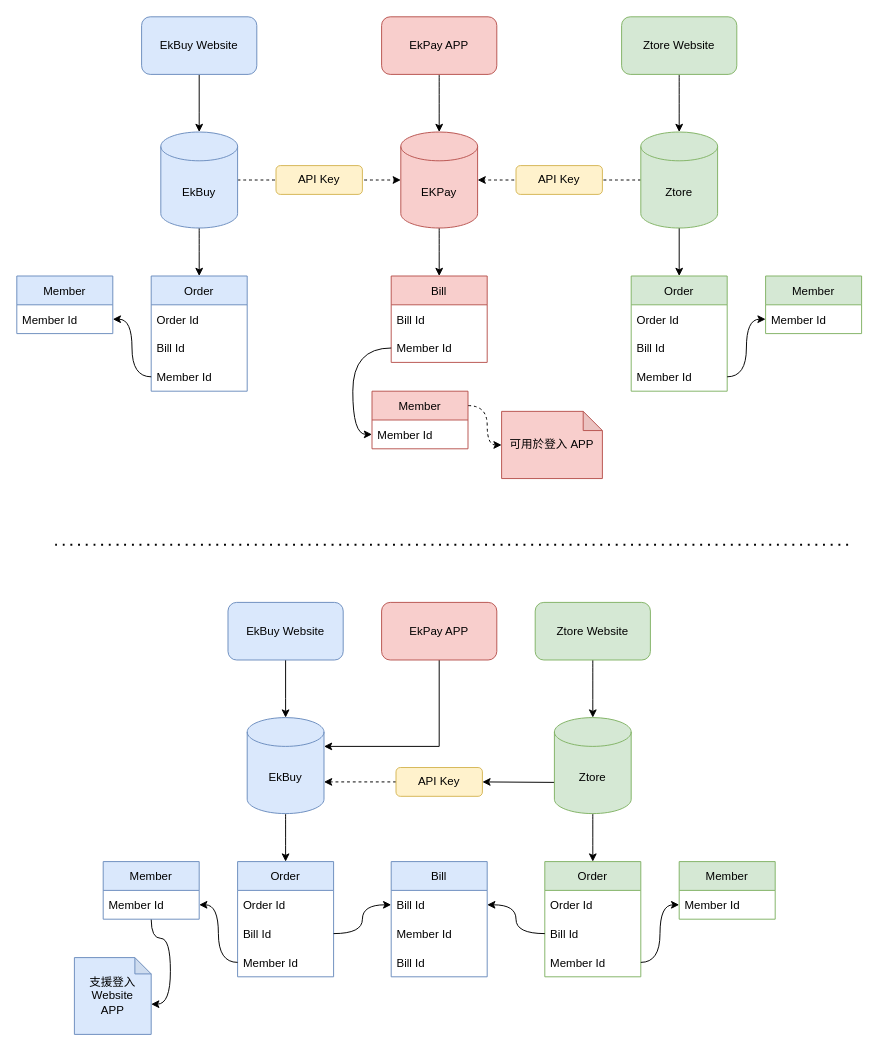
Earlier version of the draw.io diagram EkPay_Flow.drawio (robbywu-linkage/robbywu-linkage). Source tidied: cells renumbered, new cells numbered last; positions are measured from the earlier drawing's top-left corner, leaving out a move shared by most shapes. Both pictures are drawn from the tidied source at 96%, with x=0, y=0 at pixel (16, 16).
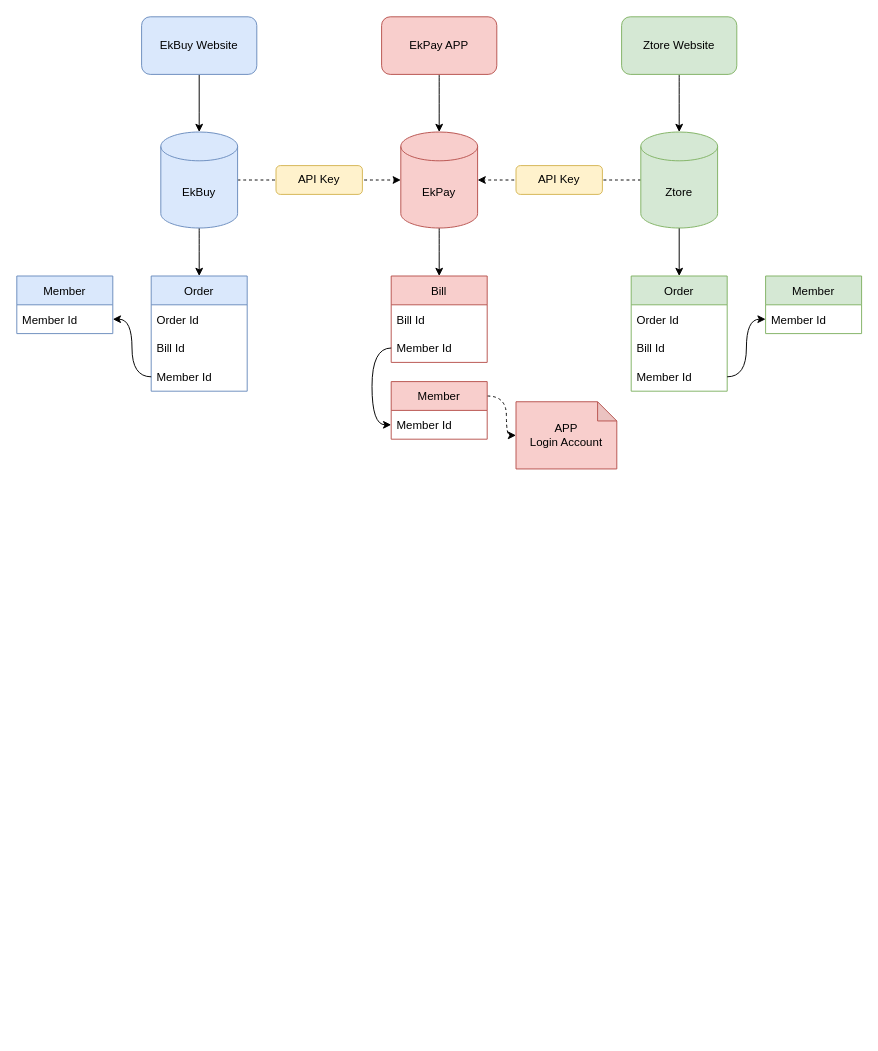
The same page after the edit.

The edit, as a diff of the source:
```diff
@@
-    <mxCell id="3" value="EKPay" style="shape=cylinder3;whiteSpace=wrap;html=1;boundedLbl=1;backgroundOutline=1;size=15;fillColor=#f8cecc;strokeColor=#b85450;" parent="1" vertex="1">
+    <mxCell id="3" value="EkPay" style="shape=cylinder3;whiteSpace=wrap;html=1;boundedLbl=1;backgroundOutline=1;size=15;fillColor=#f8cecc;strokeColor=#b85450;" parent="1" vertex="1">
       <mxGeometry x="400" y="120" width="80" height="100" as="geometry" />
     </mxCell>
@@
-    <mxCell id="33" style="edgeStyle=orthogonalEdgeStyle;curved=1;rounded=0;sketch=0;jettySize=auto;html=1;startArrow=none;startFill=0;entryX=0.5;entryY=0;entryDx=0;entryDy=0;" parent="1" edge="1" source="34" target="39">
-      <mxGeometry relative="1" as="geometry" />
-    </mxCell>
-    <mxCell id="34" value="EkBuy" style="shape=cylinder3;whiteSpace=wrap;html=1;boundedLbl=1;backgroundOutline=1;size=15;fillColor=#dae8fc;strokeColor=#6c8ebf;" parent="1" vertex="1">
-      <mxGeometry x="240" y="730" width="80" height="100" as="geometry" />
-    </mxCell>
-    <mxCell id="35" style="edgeStyle=orthogonalEdgeStyle;rounded=0;jettySize=auto;html=1;entryX=0.5;entryY=0;entryDx=0;entryDy=0;entryPerimeter=0;" parent="1" edge="1" source="36" target="34">
-      <mxGeometry relative="1" as="geometry">
-        <Array as="points">
-          <mxPoint x="280" y="710" />
-          <mxPoint x="280" y="710" />
-        </Array>
-      </mxGeometry>
-    </mxCell>
-    <mxCell id="36" value="EkBuy Website" style="rounded=1;whiteSpace=wrap;html=1;fillColor=#dae8fc;strokeColor=#6c8ebf;" parent="1" vertex="1">
-      <mxGeometry x="220" y="610" width="120" height="60" as="geometry" />
-    </mxCell>
-    <mxCell id="37" style="edgeStyle=orthogonalEdgeStyle;curved=1;rounded=0;sketch=0;jettySize=auto;html=1;startArrow=none;startFill=0;" parent="1" edge="1" source="38" target="53">
-      <mxGeometry relative="1" as="geometry" />
-    </mxCell>
-    <mxCell id="38" value="Ztore Website" style="rounded=1;whiteSpace=wrap;html=1;fillColor=#d5e8d4;strokeColor=#82b366;" parent="1" vertex="1">
-      <mxGeometry x="540" y="610" width="120" height="60" as="geometry" />
-    </mxCell>
-    <mxCell id="39" value="Order" style="swimlane;fontStyle=0;horizontal=1;startSize=30;fillColor=#dae8fc;strokeColor=#6c8ebf;" parent="1" vertex="1">
-      <mxGeometry x="230" y="880" width="100" height="120" as="geometry" />
-    </mxCell>
-    <mxCell id="40" value="Order Id" style="text;strokeColor=none;fillColor=none;align=left;verticalAlign=middle;spacingLeft=4;spacingRight=4;overflow=hidden;" parent="39" vertex="1">
-      <mxGeometry y="30" width="100" height="30" as="geometry" />
-    </mxCell>
-    <mxCell id="41" value="Bill Id" style="text;strokeColor=none;fillColor=none;align=left;verticalAlign=middle;spacingLeft=4;spacingRight=4;overflow=hidden;points=[[0,0.5],[1,0.5]];portConstraint=eastwest;" parent="39" vertex="1">
-      <mxGeometry y="60" width="100" height="30" as="geometry" />
-    </mxCell>
-    <mxCell id="42" value="Member Id" style="text;strokeColor=none;fillColor=none;align=left;verticalAlign=middle;spacingLeft=4;spacingRight=4;overflow=hidden;points=[[0,0.5],[1,0.5]];portConstraint=eastwest;" parent="39" vertex="1">
-      <mxGeometry y="90" width="100" height="30" as="geometry" />
-    </mxCell>
-    <mxCell id="43" style="edgeStyle=orthogonalEdgeStyle;curved=1;rounded=0;sketch=0;jettySize=auto;html=1;entryX=0;entryY=0;entryDx=80;entryDy=48.5;entryPerimeter=0;startArrow=none;startFill=0;endArrow=classic;endFill=1;" parent="1" edge="1" source="44" target="75">
-      <mxGeometry relative="1" as="geometry" />
-    </mxCell>
-    <mxCell id="44" value="Member" style="swimlane;fontStyle=0;horizontal=1;startSize=30;fillColor=#dae8fc;strokeColor=#6c8ebf;" parent="1" vertex="1">
-      <mxGeometry x="90" y="880" width="100" height="60" as="geometry" />
-    </mxCell>
-    <mxCell id="45" value="Member Id" style="text;strokeColor=none;fillColor=none;align=left;verticalAlign=middle;spacingLeft=4;spacingRight=4;overflow=hidden;" parent="44" vertex="1">
-      <mxGeometry y="30" width="100" height="30" as="geometry" />
-    </mxCell>
-    <mxCell id="46" style="edgeStyle=orthogonalEdgeStyle;curved=1;rounded=0;sketch=0;jettySize=auto;html=1;entryX=1;entryY=0.75;entryDx=0;entryDy=0;startArrow=none;startFill=0;" parent="1" edge="1" source="42" target="44">
-      <mxGeometry relative="1" as="geometry" />
-    </mxCell>
-    <mxCell id="47" value="Bill" style="swimlane;fontStyle=0;horizontal=1;startSize=30;fillColor=#dae8fc;strokeColor=#6c8ebf;" parent="1" vertex="1">
-      <mxGeometry x="390" y="880" width="100" height="120" as="geometry" />
-    </mxCell>
-    <mxCell id="48" value="Bill Id" style="text;strokeColor=none;fillColor=none;align=left;verticalAlign=middle;spacingLeft=4;spacingRight=4;overflow=hidden;points=[[0,0.5],[1,0.5]];portConstraint=eastwest;" parent="47" vertex="1">
-      <mxGeometry y="30" width="100" height="30" as="geometry" />
-    </mxCell>
-    <mxCell id="49" value="Member Id" style="text;strokeColor=none;fillColor=none;align=left;verticalAlign=middle;spacingLeft=4;spacingRight=4;overflow=hidden;" parent="47" vertex="1">
-      <mxGeometry y="60" width="100" height="30" as="geometry" />
-    </mxCell>
-    <mxCell id="50" value="Bill Id" style="text;strokeColor=none;fillColor=none;align=left;verticalAlign=middle;spacingLeft=4;spacingRight=4;overflow=hidden;" parent="47" vertex="1">
-      <mxGeometry y="90" width="100" height="30" as="geometry" />
-    </mxCell>
-    <mxCell id="51" style="edgeStyle=none;rounded=0;sketch=0;jettySize=auto;html=1;entryX=1;entryY=0.5;entryDx=0;entryDy=0;startArrow=none;startFill=0;exitX=0;exitY=0;exitDx=0;exitDy=67.5;exitPerimeter=0;" parent="1" edge="1" source="53" target="67">
-      <mxGeometry relative="1" as="geometry" />
-    </mxCell>
-    <mxCell id="52" style="edgeStyle=orthogonalEdgeStyle;curved=1;rounded=0;sketch=0;jettySize=auto;html=1;entryX=0.5;entryY=0;entryDx=0;entryDy=0;startArrow=none;startFill=0;endArrow=classic;endFill=1;" parent="1" edge="1" source="53" target="54">
-      <mxGeometry relative="1" as="geometry" />
-    </mxCell>
-    <mxCell id="53" value="Ztore" style="shape=cylinder3;whiteSpace=wrap;html=1;boundedLbl=1;backgroundOutline=1;size=15;fillColor=#d5e8d4;strokeColor=#82b366;" parent="1" vertex="1">
-      <mxGeometry x="560" y="730" width="80" height="100" as="geometry" />
-    </mxCell>
-    <mxCell id="54" value="Order" style="swimlane;fontStyle=0;horizontal=1;startSize=30;fillColor=#d5e8d4;strokeColor=#82b366;" parent="1" vertex="1">
-      <mxGeometry x="550" y="880" width="100" height="120" as="geometry" />
-    </mxCell>
-    <mxCell id="55" value="Order Id" style="text;strokeColor=none;fillColor=none;align=left;verticalAlign=middle;spacingLeft=4;spacingRight=4;overflow=hidden;" parent="54" vertex="1">
-      <mxGeometry y="30" width="100" height="30" as="geometry" />
-    </mxCell>
-    <mxCell id="56" value="Bill Id" style="text;strokeColor=none;fillColor=none;align=left;verticalAlign=middle;spacingLeft=4;spacingRight=4;overflow=hidden;points=[[0,0.5],[1,0.5]];portConstraint=eastwest;" parent="54" vertex="1">
-      <mxGeometry y="60" width="100" height="30" as="geometry" />
-    </mxCell>
-    <mxCell id="57" value="Member Id" style="text;strokeColor=none;fillColor=none;align=left;verticalAlign=middle;spacingLeft=4;spacingRight=4;overflow=hidden;points=[[0,0.5],[1,0.5]];portConstraint=eastwest;" parent="54" vertex="1">
-      <mxGeometry y="90" width="100" height="30" as="geometry" />
-    </mxCell>
-    <mxCell id="58" value="Member" style="swimlane;fontStyle=0;horizontal=1;startSize=30;fillColor=#d5e8d4;strokeColor=#82b366;" parent="1" vertex="1">
-      <mxGeometry x="690" y="880" width="100" height="60" as="geometry" />
-    </mxCell>
-    <mxCell id="59" value="Member Id" style="text;strokeColor=none;fillColor=none;align=left;verticalAlign=middle;spacingLeft=4;spacingRight=4;overflow=hidden;points=[[0,0.5],[1,0.5]];portConstraint=eastwest;" parent="58" vertex="1">
-      <mxGeometry y="30" width="100" height="30" as="geometry" />
-    </mxCell>
-    <mxCell id="60" style="edgeStyle=orthogonalEdgeStyle;curved=1;rounded=0;sketch=0;jettySize=auto;html=1;entryX=0;entryY=0.5;entryDx=0;entryDy=0;startArrow=none;startFill=0;exitX=1;exitY=0.5;exitDx=0;exitDy=0;" parent="1" edge="1" source="41" target="48">
-      <mxGeometry relative="1" as="geometry" />
-    </mxCell>
-    <mxCell id="61" style="edgeStyle=orthogonalEdgeStyle;curved=1;rounded=0;sketch=0;jettySize=auto;html=1;entryX=1;entryY=0.5;entryDx=0;entryDy=0;startArrow=none;startFill=0;exitX=0;exitY=0.5;exitDx=0;exitDy=0;" parent="1" edge="1" source="56" target="48">
-      <mxGeometry relative="1" as="geometry" />
-    </mxCell>
-    <mxCell id="62" style="edgeStyle=orthogonalEdgeStyle;curved=1;rounded=0;sketch=0;jettySize=auto;html=1;entryX=0;entryY=0.5;entryDx=0;entryDy=0;startArrow=none;startFill=0;exitX=1;exitY=0.5;exitDx=0;exitDy=0;" parent="1" edge="1" source="57" target="59">
-      <mxGeometry relative="1" as="geometry" />
-    </mxCell>
-    <mxCell id="63" style="rounded=0;sketch=0;jettySize=auto;html=1;startArrow=none;startFill=0;exitX=0.5;exitY=1;exitDx=0;exitDy=0;" parent="1" edge="1" source="64">
-      <mxGeometry relative="1" as="geometry">
-        <mxPoint x="320" y="760" as="targetPoint" />
-        <Array as="points">
-          <mxPoint x="440" y="760" />
-        </Array>
-      </mxGeometry>
-    </mxCell>
-    <mxCell id="64" value="EkPay APP" style="rounded=1;whiteSpace=wrap;html=1;fillColor=#f8cecc;strokeColor=#b85450;" parent="1" vertex="1">
-      <mxGeometry x="380" y="610" width="120" height="60" as="geometry" />
-    </mxCell>
-    <mxCell id="65" style="endArrow=none;dashed=1;html=1;dashPattern=1 3;strokeWidth=2;rounded=0;sketch=0;curved=1;" parent="1" edge="1">
-      <mxGeometry relative="1" as="geometry">
-        <mxPoint x="40" y="550" as="sourcePoint" />
-        <mxPoint x="870" y="550" as="targetPoint" />
-      </mxGeometry>
-    </mxCell>
-    <mxCell id="66" style="edgeStyle=none;rounded=0;sketch=0;jettySize=auto;html=1;startArrow=none;startFill=0;dashed=1;" parent="1" edge="1" source="67">
-      <mxGeometry relative="1" as="geometry">
-        <mxPoint x="320" y="797" as="targetPoint" />
-      </mxGeometry>
-    </mxCell>
-    <mxCell id="67" value="API Key" style="rounded=1;whiteSpace=wrap;html=1;fillColor=#fff2cc;strokeColor=#d6b656;" parent="1" vertex="1">
-      <mxGeometry x="395" y="782" width="90" height="30" as="geometry" />
-    </mxCell>
@@
     <mxCell id="69" value="Member" style="swimlane;fontStyle=0;horizontal=1;startSize=30;fillColor=#f8cecc;strokeColor=#b85450;" parent="1" vertex="1">
-      <mxGeometry x="370" y="390" width="100" height="60" as="geometry" />
+      <mxGeometry x="390" y="380" width="100" height="60" as="geometry" />
     </mxCell>
@@
-    <mxCell id="74" value="可用於登入 APP" style="shape=note;whiteSpace=wrap;html=1;backgroundOutline=1;darkOpacity=0.05;fillColor=#f8cecc;size=20;strokeColor=#b85450;" parent="1" vertex="1">
-      <mxGeometry x="505" y="411" width="105" height="70" as="geometry" />
+    <mxCell id="74" value="APP &lt;br&gt;Login Account" style="shape=note;whiteSpace=wrap;html=1;backgroundOutline=1;darkOpacity=0.05;fillColor=#f8cecc;size=20;strokeColor=#b85450;" parent="1" vertex="1">
+      <mxGeometry x="520" y="401" width="105" height="70" as="geometry" />
     </mxCell>
-    <mxCell id="75" value="支援登入&lt;br&gt;Website&lt;br&gt;APP" style="shape=note;whiteSpace=wrap;html=1;backgroundOutline=1;darkOpacity=0.05;fillColor=#dae8fc;size=17;strokeColor=#6c8ebf;" parent="1" vertex="1">
-      <mxGeometry x="60" y="980" width="80" height="80" as="geometry" />
-    </mxCell>
```
